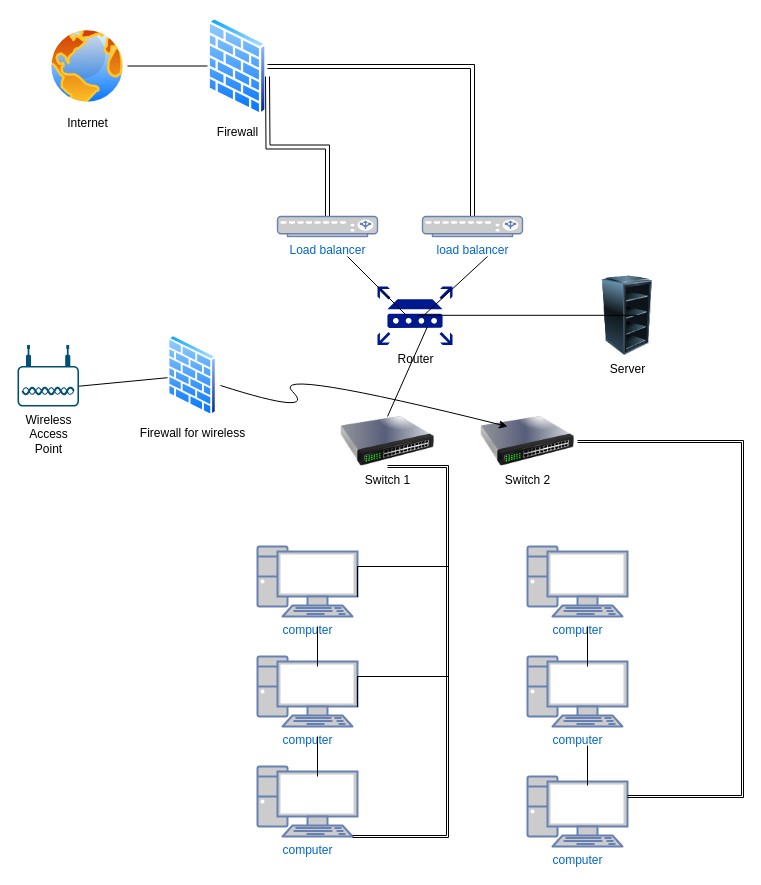
maderon1/Cyber_and_CloudSecurity keeps this draw.io diagram as Untitled Diagram.drawio. Above is the earlier version. Source tidied: cells renumbered, new cells numbered last; positions are measured from the earlier drawing's top-left corner, leaving out a move shared by most shapes. Both pictures are drawn from the tidied source at 100%, with x=0, y=0 at pixel (17, 17).
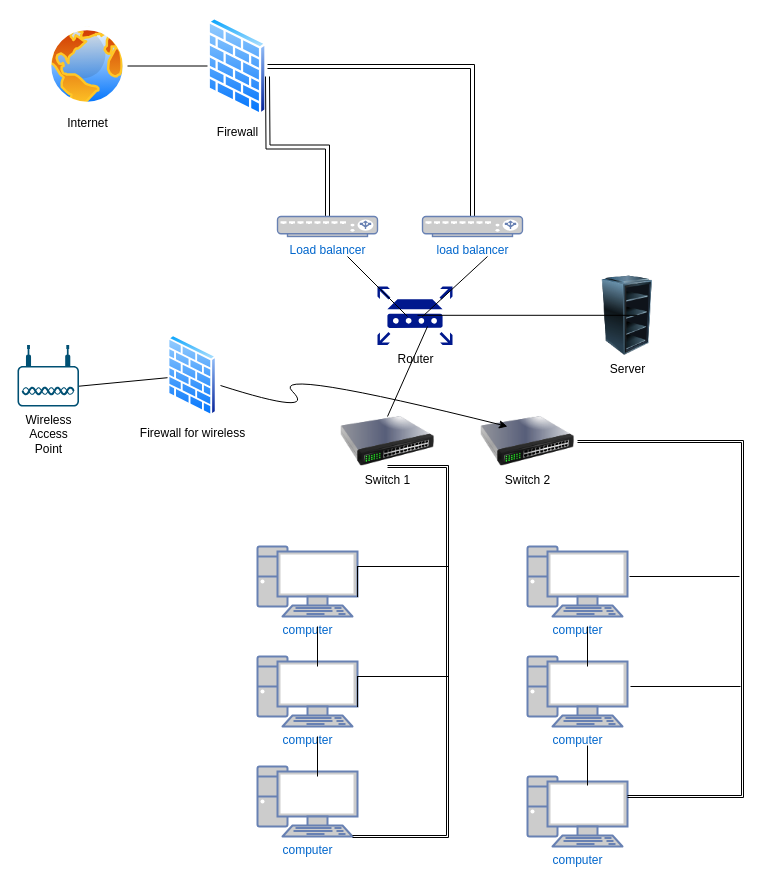
The same page after the edit.

Commit message:
Network Devices Sample.drawio

Diff of the diagram source:
```diff
@@
+    <mxCell id="35" style="endArrow=none;html=1;" parent="1" edge="1">
+      <mxGeometry relative="1" as="geometry">
+        <mxPoint x="612" y="559" as="sourcePoint" />
+        <mxPoint x="722" y="559" as="targetPoint" />
+      </mxGeometry>
+    </mxCell>
+    <mxCell id="36" style="endArrow=none;html=1;" parent="1" edge="1">
+      <mxGeometry relative="1" as="geometry">
+        <mxPoint x="613" y="669" as="sourcePoint" />
+        <mxPoint x="723" y="669" as="targetPoint" />
+      </mxGeometry>
+    </mxCell>
```
